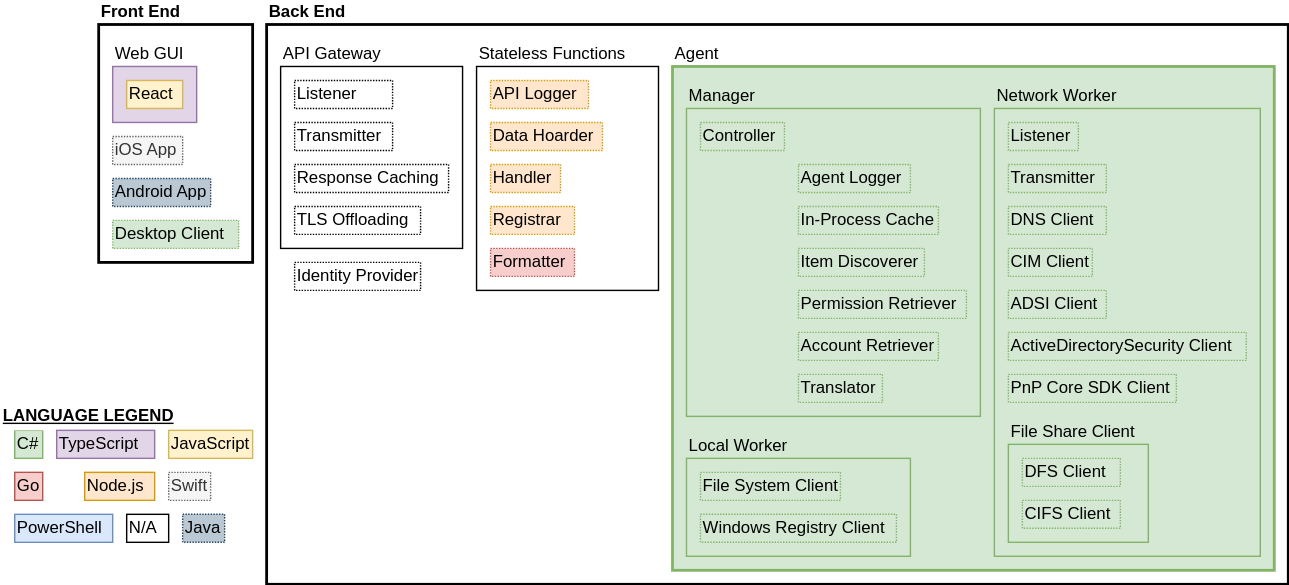
IMJLA/Export-Permission keeps this draw.io diagram as docs/online/Export-Permission/static/img/FunctionalBlockDiagram_v3.svg. Above is the earlier version. Source tidied: cells renumbered, new cells last; positions are measured from the earlier drawing's top-left corner, leaving out a move shared by most shapes.
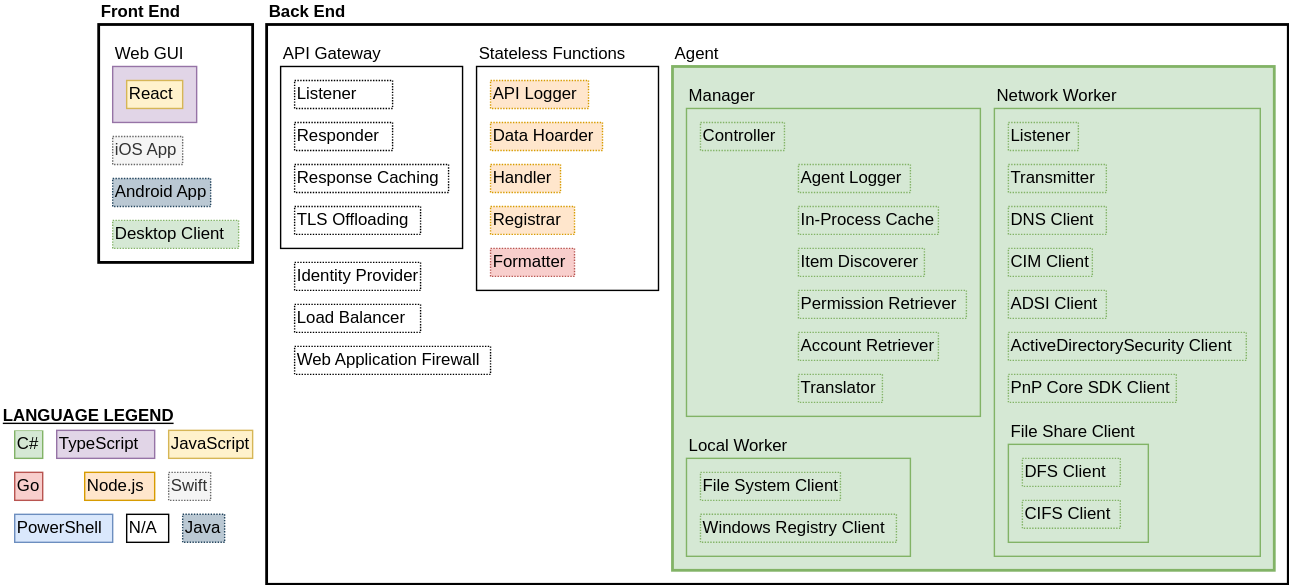
Later version of the same file.

Change to the diagram source:
```diff
@@ -35,7 +35,7 @@
     <mxCell id="12" value="API Gateway" style="rounded=0;whiteSpace=wrap;html=1;align=left;labelPosition=center;verticalLabelPosition=top;verticalAlign=bottom;" parent="1" vertex="1">
       <mxGeometry x="200" y="30" width="130" height="130" as="geometry" />
     </mxCell>
-    <mxCell id="13" value="Transmitter" style="rounded=0;whiteSpace=wrap;html=1;align=left;dashed=1;dashPattern=1 1;" parent="1" vertex="1">
+    <mxCell id="13" value="Responder" style="rounded=0;whiteSpace=wrap;html=1;align=left;dashed=1;dashPattern=1 1;" parent="1" vertex="1">
       <mxGeometry x="210" y="70" width="70" height="20" as="geometry" />
     </mxCell>
     <mxCell id="14" value="Listener" style="rounded=0;whiteSpace=wrap;html=1;align=left;dashed=1;dashPattern=1 1;" parent="1" vertex="1">
@@ -158,5 +158,11 @@
     <mxCell id="53" value="DFS Client" style="rounded=0;whiteSpace=wrap;html=1;align=left;dashed=1;dashPattern=1 1;fillColor=#d5e8d4;strokeColor=#82b366;" parent="1" vertex="1">
       <mxGeometry x="730" y="310" width="70" height="20" as="geometry" />
     </mxCell>
+    <mxCell id="54" value="Load Balancer" style="rounded=0;whiteSpace=wrap;html=1;align=left;dashed=1;dashPattern=1 1;" parent="1" vertex="1">
+      <mxGeometry x="210" y="200" width="90" height="20" as="geometry" />
+    </mxCell>
+    <mxCell id="55" value="Web Application Firewall" style="rounded=0;whiteSpace=wrap;html=1;align=left;dashed=1;dashPattern=1 1;" parent="1" vertex="1">
+      <mxGeometry x="210" y="230" width="140" height="20" as="geometry" />
+    </mxCell>
   </root>
 </mxGraphModel>
```
